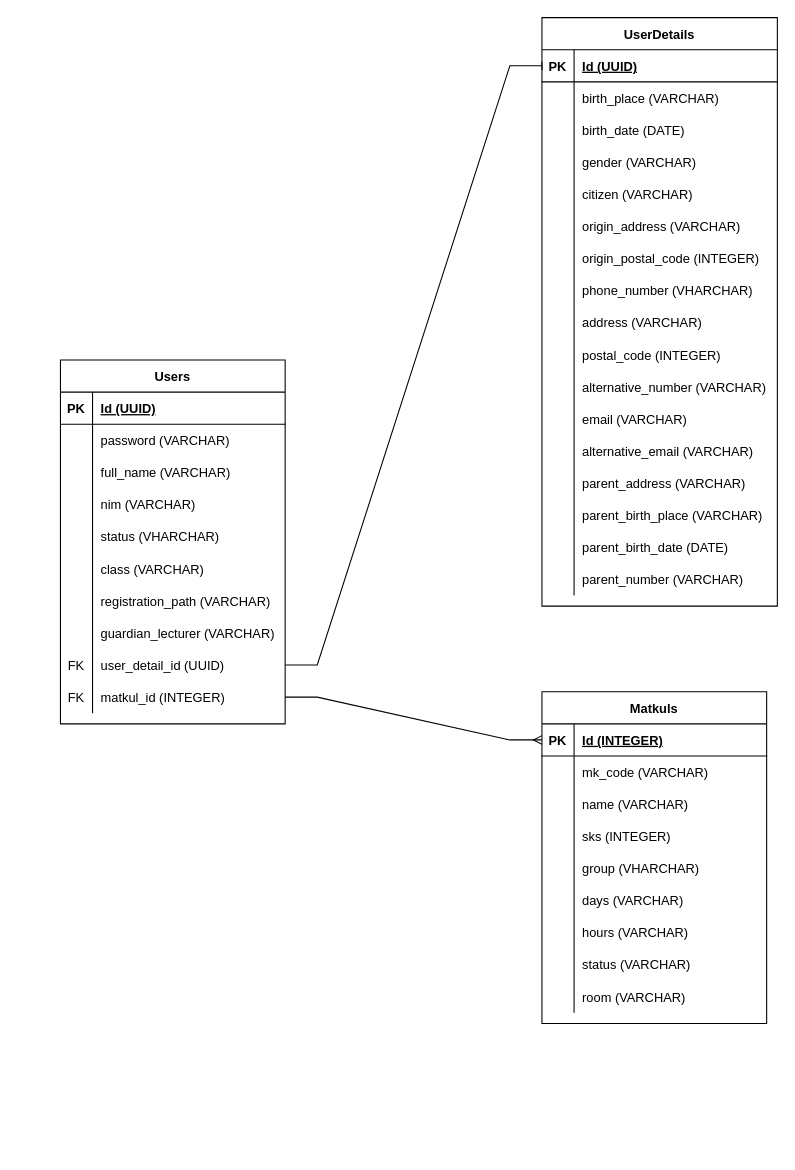
Before: attandence-schema.drawio in aldomarcelino/learn-uml, a draw.io diagram. Source tidied: cells renumbered, new cells numbered last; positions are measured from the earlier drawing's top-left corner, leaving out a move shared by most shapes. Both pictures are drawn from the tidied source at 107%, with x=0, y=0 at pixel (60, 17).
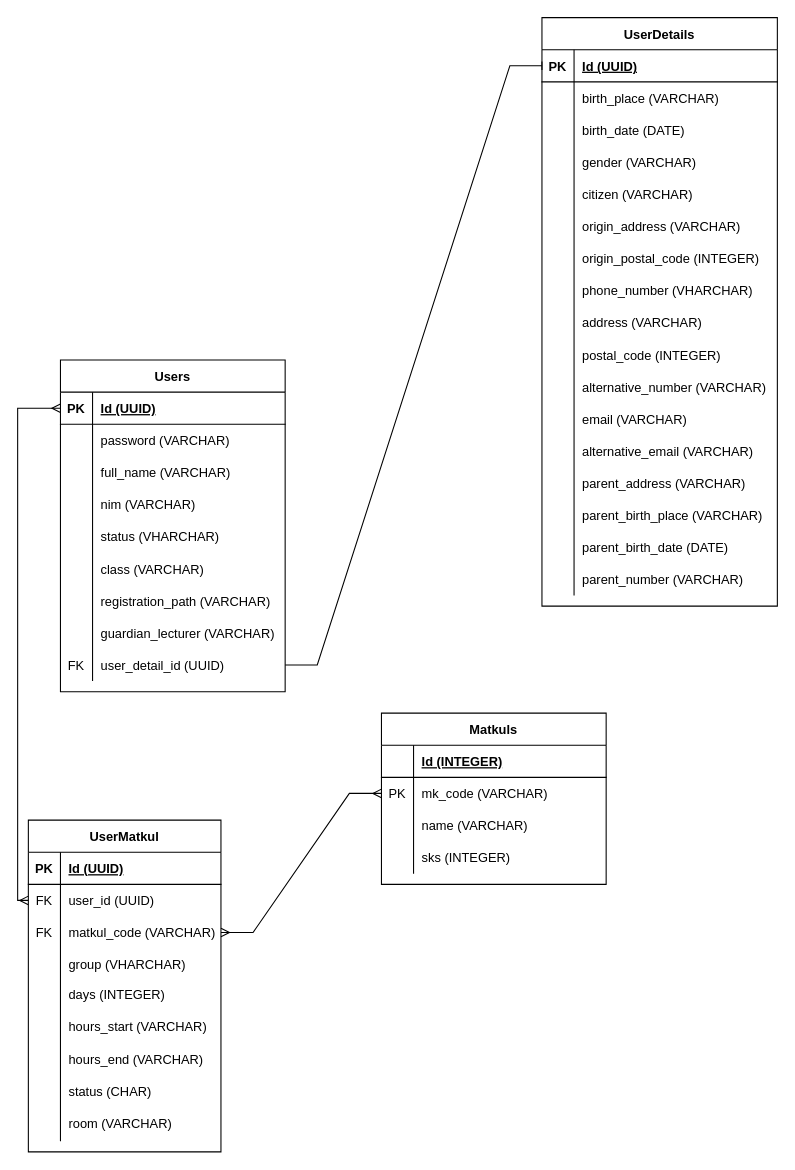
Above is the later version.

Commit message:
add user matkul to attandence-schema.drawio

The change refers to these unchanged cells:
```xml
<mxCell id="3" style="shape=tableRow;horizontal=0;startSize=0;swimlaneHead=0;swimlaneBody=0;fillColor=none;points=[[0,0.5],[1,0.5]];portConstraint=eastwest;top=0;left=0;right=0;bottom=1;" parent="2" vertex="1">
  <mxGeometry y="30" width="210" height="30" as="geometry" />
</mxCell>
<mxCell id="87" style="shape=tableRow;horizontal=0;startSize=0;swimlaneHead=0;swimlaneBody=0;fillColor=none;points=[[0,0.5],[1,0.5]];portConstraint=eastwest;top=0;left=0;right=0;bottom=1;" parent="86" vertex="1">
  <mxGeometry y="30" width="210" height="30" as="geometry" />
</mxCell>
<mxCell id="90" style="shape=tableRow;horizontal=0;startSize=0;swimlaneHead=0;swimlaneBody=0;fillColor=none;points=[[0,0.5],[1,0.5]];portConstraint=eastwest;top=0;left=0;right=0;bottom=0;" parent="86" vertex="1">
  <mxGeometry y="60" width="210" height="30" as="geometry" />
</mxCell>
```

Change to the diagram source:
```diff
@@
     <mxCell id="2" value="Users" style="shape=table;startSize=30;childLayout=tableLayout;rowLines=0;fontStyle=1;align=center;" parent="1" vertex="1">
-      <mxGeometry y="320" width="210" height="340" as="geometry" />
+      <mxGeometry y="320" width="210" height="310" as="geometry" />
     </mxCell>
@@
-    <mxCell id="30" style="shape=tableRow;horizontal=0;startSize=0;swimlaneHead=0;swimlaneBody=0;fillColor=none;points=[[0,0.5],[1,0.5]];portConstraint=eastwest;top=0;left=0;right=0;bottom=0;" parent="2" vertex="1">
-      <mxGeometry y="300" width="210" height="30" as="geometry" />
-    </mxCell>
-    <mxCell id="31" value="FK" style="shape=partialRectangle;fillColor=none;top=0;left=0;bottom=0;right=0;overflow=hidden;" parent="30" vertex="1">
-      <mxGeometry width="30" height="30" as="geometry" />
-    </mxCell>
-    <mxCell id="32" value="matkul_id (INTEGER)" style="shape=partialRectangle;fillColor=none;top=0;left=0;bottom=0;right=0;align=left;spacingLeft=6;overflow=hidden;" parent="30" vertex="1">
-      <mxGeometry x="30" width="180" height="30" as="geometry" />
-    </mxCell>
@@
     <mxCell id="86" value="Matkuls" style="shape=table;startSize=30;childLayout=tableLayout;rowLines=0;fontStyle=1;align=center;" parent="1" vertex="1">
-      <mxGeometry x="450" y="630" width="210" height="310" as="geometry" />
+      <mxGeometry x="300" y="650" width="210" height="160" as="geometry" />
     </mxCell>
@@
-    <mxCell id="88" value="PK" style="shape=partialRectangle;fillColor=none;top=0;left=0;bottom=0;right=0;fontStyle=1;overflow=hidden;" parent="87" vertex="1">
+    <mxCell id="88" style="shape=partialRectangle;fillColor=none;top=0;left=0;bottom=0;right=0;fontStyle=1;overflow=hidden;" parent="87" vertex="1">
       <mxGeometry width="30" height="30" as="geometry" />
     </mxCell>
@@
-    <mxCell id="91" style="shape=partialRectangle;fillColor=none;top=0;left=0;bottom=0;right=0;overflow=hidden;" parent="90" vertex="1">
+    <mxCell id="91" value="PK" style="shape=partialRectangle;fillColor=none;top=0;left=0;bottom=0;right=0;overflow=hidden;" parent="90" vertex="1">
       <mxGeometry width="30" height="30" as="geometry" />
     </mxCell>
@@
-    <mxCell id="99" style="shape=tableRow;horizontal=0;startSize=0;swimlaneHead=0;swimlaneBody=0;fillColor=none;top=0;left=0;right=0;bottom=0;" parent="86" vertex="1">
-      <mxGeometry y="150" width="210" height="30" as="geometry" />
-    </mxCell>
-    <mxCell id="100" style="shape=partialRectangle;fillColor=none;top=0;left=0;bottom=0;right=0;overflow=hidden;" parent="99" vertex="1">
-      <mxGeometry width="30" height="30" as="geometry" />
-    </mxCell>
+    <mxCell id="114" style="edgeStyle=entityRelationEdgeStyle;fontSize=12;html=1;endArrow=ERmany;rounded=0;entryX=0;entryY=0.5;entryDx=0;entryDy=0;exitX=1;exitY=0.5;exitDx=0;exitDy=0;endFill=0;startArrow=ERmany;startFill=0;" parent="1" edge="1" source="122" target="90">
+      <mxGeometry relative="1" as="geometry" />
+    </mxCell>
+    <mxCell id="115" value="UserMatkul" style="shape=table;startSize=30;childLayout=tableLayout;rowLines=0;fontStyle=1;align=center;" parent="1" vertex="1">
+      <mxGeometry x="-30" y="750" width="180" height="310" as="geometry" />
+    </mxCell>
+    <mxCell id="116" style="shape=tableRow;horizontal=0;startSize=0;swimlaneHead=0;swimlaneBody=0;fillColor=none;top=0;left=0;right=0;bottom=1;" parent="115" vertex="1">
+      <mxGeometry y="30" width="180" height="30" as="geometry" />
+    </mxCell>
+    <mxCell id="117" value="PK" style="shape=partialRectangle;fillColor=none;top=0;left=0;bottom=0;right=0;fontStyle=1;overflow=hidden;" parent="116" vertex="1">
+      <mxGeometry width="30" height="30" as="geometry" />
+    </mxCell>
+    <mxCell id="118" value="Id (UUID)" style="shape=partialRectangle;fillColor=none;top=0;left=0;bottom=0;right=0;align=left;spacingLeft=6;fontStyle=5;overflow=hidden;" parent="116" vertex="1">
+      <mxGeometry x="30" width="150" height="30" as="geometry" />
+    </mxCell>
+    <mxCell id="119" style="shape=tableRow;horizontal=0;startSize=0;swimlaneHead=0;swimlaneBody=0;fillColor=none;points=[[0,0.5],[1,0.5]];portConstraint=eastwest;top=0;left=0;right=0;bottom=0;" parent="115" vertex="1">
+      <mxGeometry y="60" width="180" height="30" as="geometry" />
+    </mxCell>
+    <mxCell id="120" value="FK" style="shape=partialRectangle;fillColor=none;top=0;left=0;bottom=0;right=0;overflow=hidden;" parent="119" vertex="1">
+      <mxGeometry width="30" height="30" as="geometry" />
+    </mxCell>
+    <mxCell id="121" value="user_id (UUID)" style="shape=partialRectangle;fillColor=none;top=0;left=0;bottom=0;right=0;align=left;spacingLeft=6;overflow=hidden;" parent="119" vertex="1">
+      <mxGeometry x="30" width="150" height="30" as="geometry" />
+    </mxCell>
+    <mxCell id="122" style="shape=tableRow;horizontal=0;startSize=0;swimlaneHead=0;swimlaneBody=0;fillColor=none;points=[[0,0.5],[1,0.5]];portConstraint=eastwest;top=0;left=0;right=0;bottom=0;" parent="115" vertex="1">
+      <mxGeometry y="90" width="180" height="30" as="geometry" />
+    </mxCell>
+    <mxCell id="123" value="FK" style="shape=partialRectangle;fillColor=none;top=0;left=0;bottom=0;right=0;overflow=hidden;" parent="122" vertex="1">
+      <mxGeometry width="30" height="30" as="geometry" />
+    </mxCell>
+    <mxCell id="124" value="matkul_code (VARCHAR)" style="shape=partialRectangle;fillColor=none;top=0;left=0;bottom=0;right=0;align=left;spacingLeft=6;overflow=hidden;" parent="122" vertex="1">
+      <mxGeometry x="30" width="150" height="30" as="geometry" />
+    </mxCell>
+    <mxCell id="125" style="shape=tableRow;horizontal=0;startSize=0;swimlaneHead=0;swimlaneBody=0;fillColor=none;top=0;left=0;right=0;bottom=0;" parent="115" vertex="1">
+      <mxGeometry y="120" width="180" height="30" as="geometry" />
+    </mxCell>
+    <mxCell id="126" style="shape=partialRectangle;fillColor=none;top=0;left=0;bottom=0;right=0;overflow=hidden;" parent="125" vertex="1">
+      <mxGeometry width="30" height="30" as="geometry" />
+    </mxCell>
-    <mxCell id="101" value="group (VHARCHAR)" style="shape=partialRectangle;fillColor=none;top=0;left=0;bottom=0;right=0;align=left;spacingLeft=6;overflow=hidden;" parent="99" vertex="1">
-      <mxGeometry x="30" width="180" height="30" as="geometry" />
+    <mxCell id="101" value="group (VHARCHAR)" style="shape=partialRectangle;fillColor=none;top=0;left=0;bottom=0;right=0;align=left;spacingLeft=6;overflow=hidden;" parent="125" vertex="1">
+      <mxGeometry x="30" width="150" height="30" as="geometry" />
     </mxCell>
-    <mxCell id="102" style="shape=tableRow;horizontal=0;startSize=0;swimlaneHead=0;swimlaneBody=0;fillColor=none;top=0;left=0;right=0;bottom=0;" parent="86" vertex="1">
-      <mxGeometry y="180" width="210" height="30" as="geometry" />
-    </mxCell>
-    <mxCell id="103" style="shape=partialRectangle;fillColor=none;top=0;left=0;bottom=0;right=0;overflow=hidden;" parent="102" vertex="1">
-      <mxGeometry width="30" height="30" as="geometry" />
-    </mxCell>
-    <mxCell id="104" value="days (VARCHAR)" style="shape=partialRectangle;fillColor=none;top=0;left=0;bottom=0;right=0;align=left;spacingLeft=6;overflow=hidden;" parent="102" vertex="1">
-      <mxGeometry x="30" width="180" height="30" as="geometry" />
-    </mxCell>
-    <mxCell id="105" style="shape=tableRow;horizontal=0;startSize=0;swimlaneHead=0;swimlaneBody=0;fillColor=none;top=0;left=0;right=0;bottom=0;" parent="86" vertex="1">
-      <mxGeometry y="210" width="210" height="30" as="geometry" />
-    </mxCell>
-    <mxCell id="106" style="shape=partialRectangle;fillColor=none;top=0;left=0;bottom=0;right=0;overflow=hidden;" parent="105" vertex="1">
-      <mxGeometry width="30" height="30" as="geometry" />
-    </mxCell>
-    <mxCell id="107" value="hours (VARCHAR)" style="shape=partialRectangle;fillColor=none;top=0;left=0;bottom=0;right=0;align=left;spacingLeft=6;overflow=hidden;" parent="105" vertex="1">
-      <mxGeometry x="30" width="180" height="30" as="geometry" />
-    </mxCell>
-    <mxCell id="108" style="shape=tableRow;horizontal=0;startSize=0;swimlaneHead=0;swimlaneBody=0;fillColor=none;top=0;left=0;right=0;bottom=0;" parent="86" vertex="1">
-      <mxGeometry y="240" width="210" height="30" as="geometry" />
-    </mxCell>
-    <mxCell id="109" style="shape=partialRectangle;fillColor=none;top=0;left=0;bottom=0;right=0;overflow=hidden;" parent="108" vertex="1">
-      <mxGeometry width="30" height="30" as="geometry" />
-    </mxCell>
-    <mxCell id="110" value="status (VARCHAR)" style="shape=partialRectangle;fillColor=none;top=0;left=0;bottom=0;right=0;align=left;spacingLeft=6;overflow=hidden;" parent="108" vertex="1">
-      <mxGeometry x="30" width="180" height="30" as="geometry" />
-    </mxCell>
-    <mxCell id="111" style="shape=tableRow;horizontal=0;startSize=0;swimlaneHead=0;swimlaneBody=0;fillColor=none;top=0;left=0;right=0;bottom=0;" parent="86" vertex="1">
-      <mxGeometry y="270" width="210" height="30" as="geometry" />
-    </mxCell>
-    <mxCell id="112" style="shape=partialRectangle;fillColor=none;top=0;left=0;bottom=0;right=0;overflow=hidden;" parent="111" vertex="1">
-      <mxGeometry width="30" height="30" as="geometry" />
-    </mxCell>
+    <mxCell id="127" style="shape=tableRow;horizontal=0;startSize=0;swimlaneHead=0;swimlaneBody=0;fillColor=none;top=0;left=0;right=0;bottom=0;" parent="115" vertex="1">
+      <mxGeometry y="150" width="180" height="30" as="geometry" />
+    </mxCell>
+    <mxCell id="128" style="shape=partialRectangle;fillColor=none;top=0;left=0;bottom=0;right=0;overflow=hidden;" parent="127" vertex="1">
+      <mxGeometry width="30" height="30" as="geometry" />
+    </mxCell>
+    <mxCell id="129" style="shape=partialRectangle;fillColor=none;top=0;left=0;bottom=0;right=0;align=left;spacingLeft=6;overflow=hidden;" parent="127" vertex="1">
+      <mxGeometry x="30" width="150" height="30" as="geometry" />
+    </mxCell>
+    <mxCell id="130" style="shape=tableRow;horizontal=0;startSize=0;swimlaneHead=0;swimlaneBody=0;fillColor=none;top=0;left=0;right=0;bottom=0;" parent="115" vertex="1">
+      <mxGeometry y="180" width="180" height="30" as="geometry" />
+    </mxCell>
+    <mxCell id="131" style="shape=partialRectangle;fillColor=none;top=0;left=0;bottom=0;right=0;overflow=hidden;" parent="130" vertex="1">
+      <mxGeometry width="30" height="30" as="geometry" />
+    </mxCell>
+    <mxCell id="132" style="shape=partialRectangle;fillColor=none;top=0;left=0;bottom=0;right=0;align=left;spacingLeft=6;overflow=hidden;" parent="130" vertex="1">
+      <mxGeometry x="30" width="150" height="30" as="geometry" />
+    </mxCell>
+    <mxCell id="133" style="shape=tableRow;horizontal=0;startSize=0;swimlaneHead=0;swimlaneBody=0;fillColor=none;top=0;left=0;right=0;bottom=0;" parent="115" vertex="1">
+      <mxGeometry y="210" width="180" height="30" as="geometry" />
+    </mxCell>
+    <mxCell id="134" style="shape=partialRectangle;fillColor=none;top=0;left=0;bottom=0;right=0;overflow=hidden;" parent="133" vertex="1">
+      <mxGeometry width="30" height="30" as="geometry" />
+    </mxCell>
+    <mxCell id="135" style="shape=partialRectangle;fillColor=none;top=0;left=0;bottom=0;right=0;align=left;spacingLeft=6;overflow=hidden;" parent="133" vertex="1">
+      <mxGeometry x="30" width="150" height="30" as="geometry" />
+    </mxCell>
+    <mxCell id="136" style="shape=tableRow;horizontal=0;startSize=0;swimlaneHead=0;swimlaneBody=0;fillColor=none;top=0;left=0;right=0;bottom=0;" parent="115" vertex="1">
+      <mxGeometry y="240" width="180" height="30" as="geometry" />
+    </mxCell>
+    <mxCell id="137" style="shape=partialRectangle;fillColor=none;top=0;left=0;bottom=0;right=0;overflow=hidden;" parent="136" vertex="1">
+      <mxGeometry width="30" height="30" as="geometry" />
+    </mxCell>
+    <mxCell id="138" style="shape=partialRectangle;fillColor=none;top=0;left=0;bottom=0;right=0;align=left;spacingLeft=6;overflow=hidden;" parent="136" vertex="1">
+      <mxGeometry x="30" width="150" height="30" as="geometry" />
+    </mxCell>
+    <mxCell id="139" style="shape=tableRow;horizontal=0;startSize=0;swimlaneHead=0;swimlaneBody=0;fillColor=none;top=0;left=0;right=0;bottom=0;" parent="115" vertex="1">
+      <mxGeometry y="270" width="180" height="30" as="geometry" />
+    </mxCell>
+    <mxCell id="140" style="shape=partialRectangle;fillColor=none;top=0;left=0;bottom=0;right=0;overflow=hidden;" parent="139" vertex="1">
+      <mxGeometry width="30" height="30" as="geometry" />
+    </mxCell>
+    <mxCell id="141" style="shape=partialRectangle;fillColor=none;top=0;left=0;bottom=0;right=0;align=left;spacingLeft=6;overflow=hidden;" parent="139" vertex="1">
+      <mxGeometry x="30" width="150" height="30" as="geometry" />
+    </mxCell>
+    <mxCell id="142" style="fontSize=12;html=1;endArrow=ERmany;rounded=0;entryX=0;entryY=0.5;entryDx=0;entryDy=0;endFill=0;startArrow=ERmany;startFill=0;exitX=0;exitY=0.5;exitDx=0;exitDy=0;edgeStyle=orthogonalEdgeStyle;" parent="1" edge="1" source="3" target="119">
+      <mxGeometry relative="1" as="geometry" />
+    </mxCell>
+    <mxCell id="143" value="days (INTEGER)" style="shape=partialRectangle;fillColor=none;top=0;left=0;bottom=0;right=0;align=left;spacingLeft=6;overflow=hidden;" parent="1" vertex="1">
+      <mxGeometry y="898" width="180" height="30" as="geometry" />
+    </mxCell>
+    <mxCell id="144" value="hours_start (VARCHAR)" style="shape=partialRectangle;fillColor=none;top=0;left=0;bottom=0;right=0;align=left;spacingLeft=6;overflow=hidden;" parent="1" vertex="1">
+      <mxGeometry y="928" width="180" height="30" as="geometry" />
+    </mxCell>
+    <mxCell id="145" value="hours_end (VARCHAR)" style="shape=partialRectangle;fillColor=none;top=0;left=0;bottom=0;right=0;align=left;spacingLeft=6;overflow=hidden;" parent="1" vertex="1">
+      <mxGeometry y="958" width="180" height="30" as="geometry" />
+    </mxCell>
+    <mxCell id="146" value="status (CHAR)" style="shape=partialRectangle;fillColor=none;top=0;left=0;bottom=0;right=0;align=left;spacingLeft=6;overflow=hidden;" parent="1" vertex="1">
+      <mxGeometry y="988" width="180" height="30" as="geometry" />
+    </mxCell>
-    <mxCell id="113" value="room (VARCHAR)" style="shape=partialRectangle;fillColor=none;top=0;left=0;bottom=0;right=0;align=left;spacingLeft=6;overflow=hidden;" parent="111" vertex="1">
-      <mxGeometry x="30" width="180" height="30" as="geometry" />
+    <mxCell id="113" value="room (VARCHAR)" style="shape=partialRectangle;fillColor=none;top=0;left=0;bottom=0;right=0;align=left;spacingLeft=6;overflow=hidden;" parent="1" vertex="1">
+      <mxGeometry y="1018" width="180" height="30" as="geometry" />
     </mxCell>
-    <mxCell id="114" style="edgeStyle=entityRelationEdgeStyle;fontSize=12;html=1;endArrow=ERmany;rounded=0;entryX=0;entryY=0.5;entryDx=0;entryDy=0;exitX=1;exitY=0.5;exitDx=0;exitDy=0;endFill=0;" parent="1" edge="1" source="30" target="87">
-      <mxGeometry relative="1" as="geometry" />
-    </mxCell>
```
